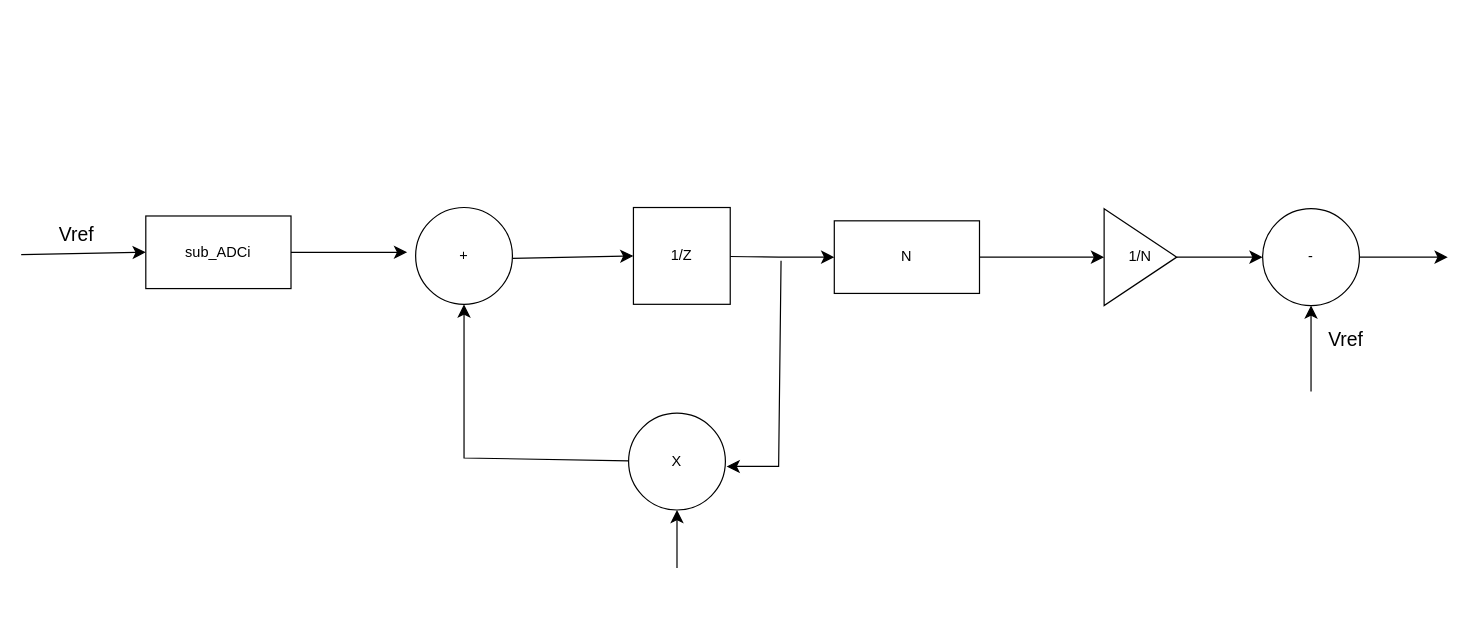
w1213ph/draw.io keeps this draw.io diagram as 失配1.drawio. Above is the earlier version. Source tidied: cells renumbered, new cells numbered last; positions are measured from the earlier drawing's top-left corner, leaving out a move shared by most shapes. Both pictures are drawn from the tidied source at 121%, with x=0, y=0 at pixel (21, 207).
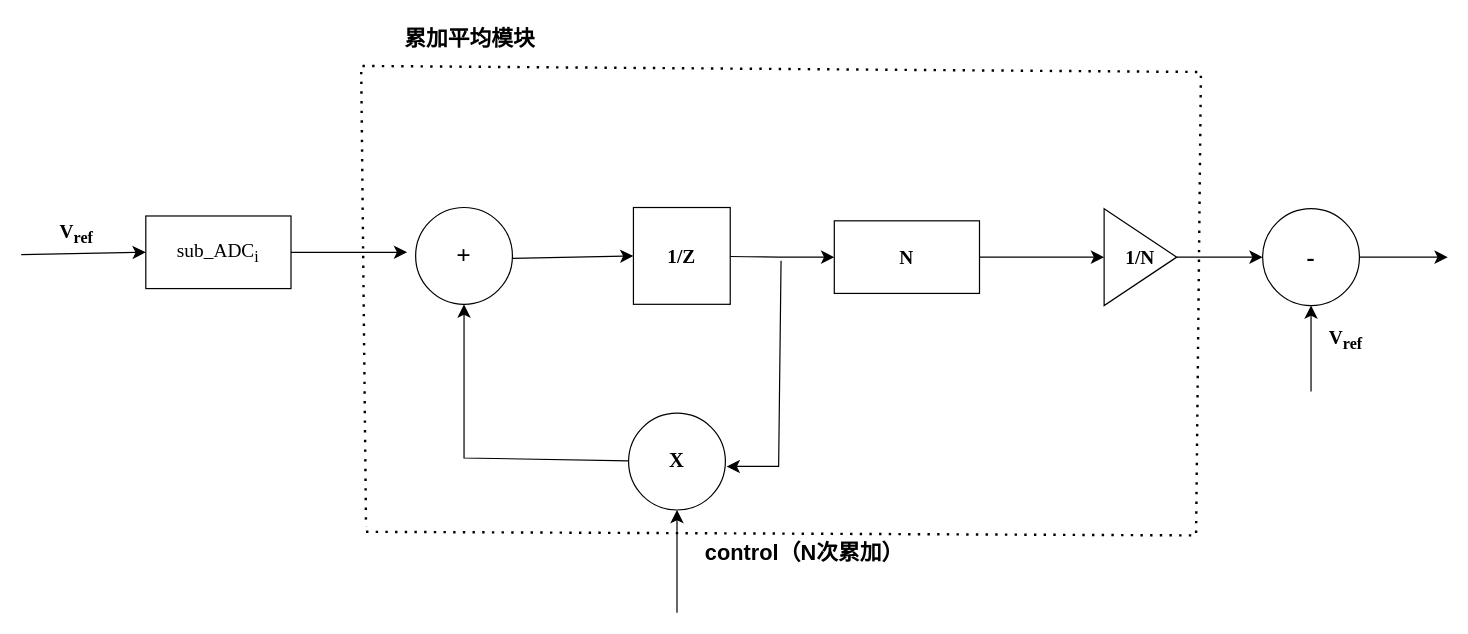
The same diagram, later.

Change to the diagram source:
```diff
@@
-    <mxCell id="3" value="sub_ADCi" style="rounded=0;whiteSpace=wrap;html=1;" parent="1" vertex="1">
+    <mxCell id="3" value="sub_ADC&lt;sub&gt;i&lt;/sub&gt;" style="rounded=0;whiteSpace=wrap;html=1;fontSize=16;fontFamily=Times New Roman;" parent="1" vertex="1">
       <mxGeometry x="103" y="7" width="120" height="60" as="geometry" />
     </mxCell>
@@
-    <mxCell id="5" value="+" style="ellipse;whiteSpace=wrap;html=1;" parent="1" vertex="1">
+    <mxCell id="5" value="+" style="ellipse;whiteSpace=wrap;html=1;fontSize=21;fontFamily=Times New Roman;fontStyle=1;" parent="1" vertex="1">
       <mxGeometry x="326" width="80" height="80" as="geometry" />
     </mxCell>
@@
-    <mxCell id="7" value="1/Z" style="whiteSpace=wrap;html=1;" parent="1" vertex="1">
+    <mxCell id="7" value="1/Z" style="whiteSpace=wrap;html=1;fontFamily=Times New Roman;fontSize=16;fontStyle=1;" parent="1" vertex="1">
       <mxGeometry x="506" width="80" height="80" as="geometry" />
     </mxCell>
@@
-    <mxCell id="9" value="X" style="ellipse;whiteSpace=wrap;html=1;" parent="1" vertex="1">
+    <mxCell id="9" value="X" style="ellipse;whiteSpace=wrap;html=1;fontSize=17;fontStyle=1;fontFamily=Times New Roman;" parent="1" vertex="1">
       <mxGeometry x="502" y="170" width="80" height="80" as="geometry" />
     </mxCell>
@@
-    <mxCell id="11" value="N" style="rounded=0;whiteSpace=wrap;html=1;" parent="1" vertex="1">
+    <mxCell id="11" value="N" style="rounded=0;whiteSpace=wrap;html=1;fontSize=16;fontFamily=Times New Roman;fontStyle=1;" parent="1" vertex="1">
       <mxGeometry x="672" y="11" width="120" height="60" as="geometry" />
     </mxCell>
@@
-    <mxCell id="13" value="1/N" style="triangle;whiteSpace=wrap;html=1;" parent="1" vertex="1">
+    <mxCell id="13" value="1/N" style="triangle;whiteSpace=wrap;html=1;strokeWidth=1;fontStyle=1;fontFamily=Times New Roman;fontSize=16;" parent="1" vertex="1">
       <mxGeometry x="895" y="1" width="60" height="80" as="geometry" />
     </mxCell>
@@
-    <mxCell id="15" value="-" style="ellipse;whiteSpace=wrap;html=1;" parent="1" vertex="1">
+    <mxCell id="15" value="-" style="ellipse;whiteSpace=wrap;html=1;fontSize=20;fontStyle=1;fontFamily=Times New Roman;" parent="1" vertex="1">
       <mxGeometry x="1026" y="1" width="80" height="80" as="geometry" />
     </mxCell>
@@
     <mxCell id="18" style="endArrow=classic;html=1;rounded=0;fontSize=12;startSize=8;endSize=8;curved=1;entryX=0.5;entryY=1;entryDx=0;entryDy=0;" parent="1" edge="1" target="9">
       <mxGeometry relative="1" as="geometry">
-        <mxPoint x="542" y="298" as="sourcePoint" />
+        <mxPoint x="542" y="335" as="sourcePoint" />
       </mxGeometry>
     </mxCell>
@@
-    <mxCell id="20" value="Vref" style="text;html=1;align=center;verticalAlign=middle;whiteSpace=wrap;rounded=0;fontSize=16;" parent="1" vertex="1">
+    <mxCell id="20" value="V&lt;sub&gt;ref&lt;/sub&gt;" style="text;html=1;align=center;verticalAlign=middle;whiteSpace=wrap;rounded=0;fontSize=16;fontFamily=Times New Roman;fontStyle=1;" parent="1" vertex="1">
       <mxGeometry x="16" y="7" width="60" height="30" as="geometry" />
     </mxCell>
-    <mxCell id="21" value="Vref" style="text;html=1;align=center;verticalAlign=middle;whiteSpace=wrap;rounded=0;fontSize=16;" parent="1" vertex="1">
+    <mxCell id="21" value="V&lt;sub&gt;ref&lt;/sub&gt;" style="text;html=1;align=center;verticalAlign=middle;whiteSpace=wrap;rounded=0;fontSize=16;fontFamily=Times New Roman;fontStyle=1;" parent="1" vertex="1">
       <mxGeometry x="1065" y="94" width="60" height="30" as="geometry" />
     </mxCell>
+    <mxCell id="22" style="endArrow=none;dashed=1;html=1;dashPattern=1 3;strokeWidth=2;rounded=0;fontSize=12;startSize=8;endSize=8;curved=0;" parent="1" edge="1">
+      <mxGeometry relative="1" as="geometry">
+        <mxPoint x="285" y="268" as="sourcePoint" />
+        <mxPoint x="285" y="264" as="targetPoint" />
+        <Array as="points">
+          <mxPoint x="971" y="271" />
+          <mxPoint x="975" y="-112" />
+          <mxPoint x="281" y="-117" />
+        </Array>
+      </mxGeometry>
+    </mxCell>
+    <mxCell id="23" value="累加平均模块" style="text;html=1;align=center;verticalAlign=middle;whiteSpace=wrap;rounded=0;fontSize=18;fontStyle=1;" parent="1" vertex="1">
+      <mxGeometry x="298" y="-154" width="146" height="30" as="geometry" />
+    </mxCell>
+    <mxCell id="24" value="control（N次累加）" style="text;html=1;align=center;verticalAlign=middle;whiteSpace=wrap;rounded=0;fontSize=18;fontStyle=1;" parent="1" vertex="1">
+      <mxGeometry x="558" y="271" width="179" height="30" as="geometry" />
+    </mxCell>
```
